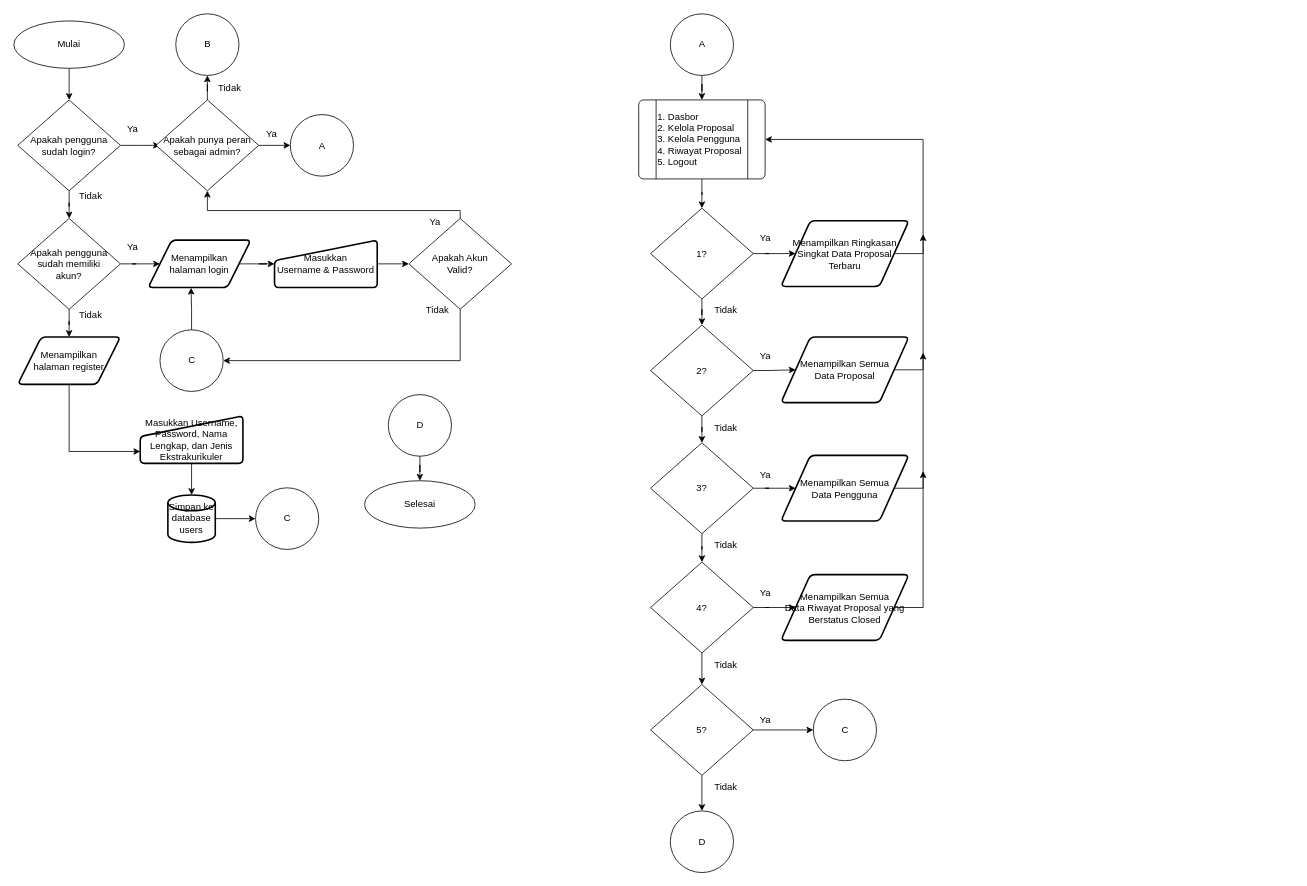
The draw.io diagram page "Flowchart" (1 of 6) of Uji Level 11_ Kadavi Raditya Alvino.drawio in dapzz-id/DrawIO, before the edit. Source tidied: cells renumbered, new cells numbered last; positions are measured from the earlier drawing's top-left corner, leaving out a move shared by most shapes. Both pictures are drawn from the tidied source at 79%, with x=0, y=0 at pixel (13, 13).
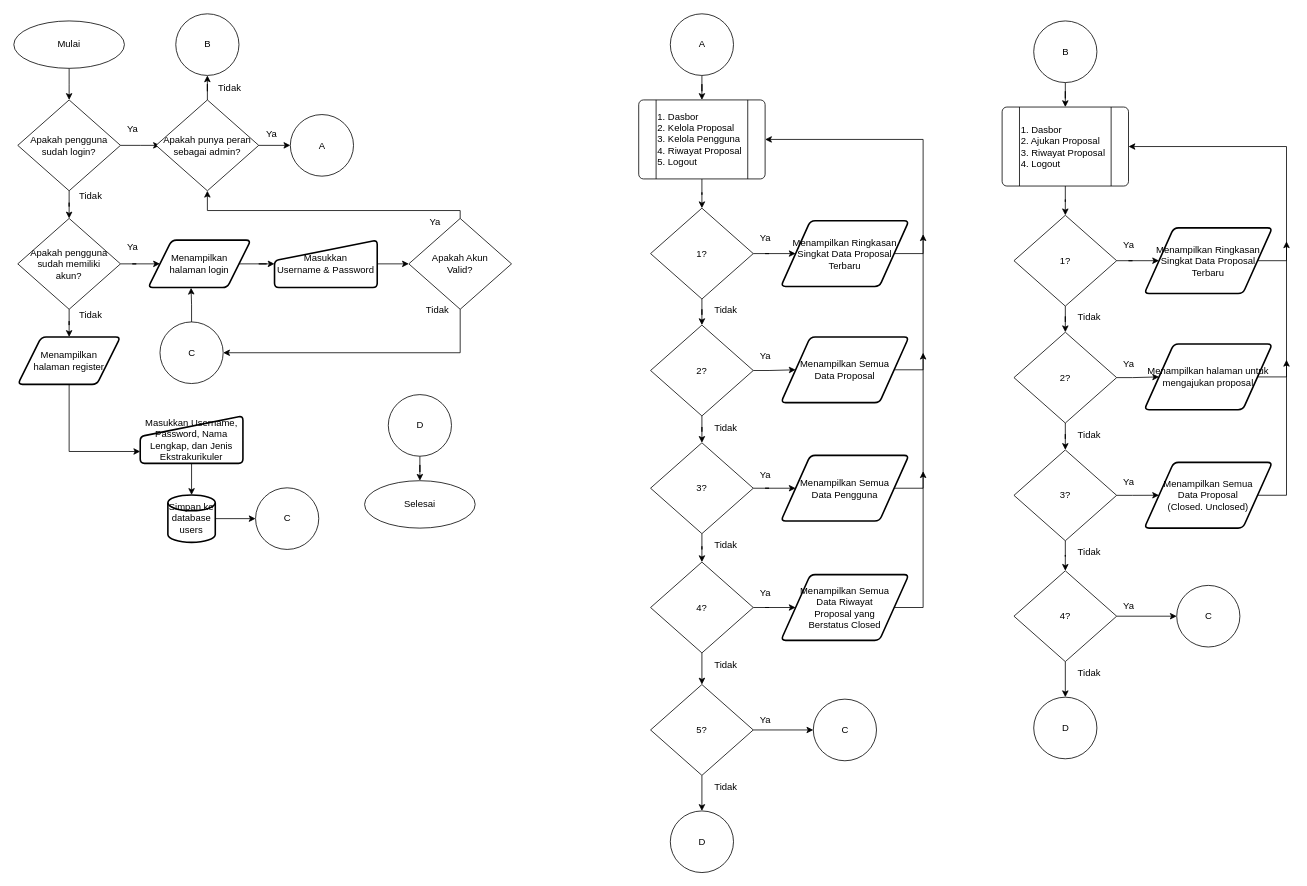
Above is the later version.

What changed in the source:
```diff
@@
-    <mxCell id="65" value="Menampilkan Semua&lt;div&gt;Data Riwayat Proposal yang Berstatus Closed&lt;/div&gt;" style="shape=parallelogram;html=1;strokeWidth=2;perimeter=parallelogramPerimeter;whiteSpace=wrap;rounded=1;arcSize=12;size=0.23;" parent="1" vertex="1">
+    <mxCell id="65" value="Menampilkan Semua&lt;div&gt;Data Riwayat&lt;/div&gt;&lt;div&gt;Proposal&amp;nbsp;&lt;span style=&quot;background-color: transparent; color: light-dark(rgb(0, 0, 0), rgb(255, 255, 255));&quot;&gt;yang&lt;/span&gt;&lt;/div&gt;&lt;div&gt;&lt;span style=&quot;background-color: transparent; color: light-dark(rgb(0, 0, 0), rgb(255, 255, 255));&quot;&gt;Berstatus&amp;nbsp;&lt;/span&gt;&lt;span style=&quot;background-color: transparent; color: light-dark(rgb(0, 0, 0), rgb(255, 255, 255));&quot;&gt;Closed&lt;/span&gt;&lt;/div&gt;" style="shape=parallelogram;html=1;strokeWidth=2;perimeter=parallelogramPerimeter;whiteSpace=wrap;rounded=1;arcSize=12;size=0.23;" parent="1" vertex="1">
       <mxGeometry x="971" y="709.9" width="162" height="83.2" as="geometry" />
     </mxCell>
@@
     <mxCell id="74" value="C" style="verticalLabelPosition=middle;verticalAlign=middle;html=1;shape=mxgraph.flowchart.on-page_reference;labelPosition=center;align=center;" parent="1" vertex="1">
-      <mxGeometry x="185" y="400" width="80" height="78" as="geometry" />
+      <mxGeometry x="185" y="390" width="80" height="78" as="geometry" />
     </mxCell>
@@
+    <mxCell id="81" style="edgeStyle=orthogonalEdgeStyle;rounded=0;jettySize=auto;html=1;" parent="1" edge="1" source="82" target="84">
+      <mxGeometry relative="1" as="geometry" />
+    </mxCell>
+    <mxCell id="82" value="B" style="verticalLabelPosition=middle;verticalAlign=middle;html=1;shape=mxgraph.flowchart.on-page_reference;labelPosition=center;align=center;" parent="1" vertex="1">
+      <mxGeometry x="1291" y="9" width="80" height="78" as="geometry" />
+    </mxCell>
+    <mxCell id="83" style="edgeStyle=orthogonalEdgeStyle;rounded=0;jettySize=auto;html=1;" parent="1" edge="1" source="84" target="87">
+      <mxGeometry relative="1" as="geometry" />
+    </mxCell>
+    <mxCell id="84" value="1. Dasbor&lt;div&gt;2. Ajukan Proposal&lt;/div&gt;&lt;div&gt;3.&amp;nbsp;&lt;span style=&quot;background-color: transparent; color: light-dark(rgb(0, 0, 0), rgb(255, 255, 255));&quot;&gt;Riwayat Proposal&lt;/span&gt;&lt;/div&gt;&lt;div&gt;4. Logout&lt;/div&gt;" style="verticalLabelPosition=middle;verticalAlign=middle;html=1;shape=process;whiteSpace=wrap;rounded=1;size=0.14;arcSize=6;labelPosition=center;align=left;" parent="1" vertex="1">
+      <mxGeometry x="1251" y="118" width="160" height="100" as="geometry" />
+    </mxCell>
+    <mxCell id="85" style="edgeStyle=orthogonalEdgeStyle;rounded=0;jettySize=auto;html=1;" parent="1" edge="1" source="87" target="89">
+      <mxGeometry relative="1" as="geometry" />
+    </mxCell>
+    <mxCell id="86" style="edgeStyle=orthogonalEdgeStyle;rounded=0;jettySize=auto;html=1;" parent="1" edge="1" source="87" target="93">
+      <mxGeometry relative="1" as="geometry" />
+    </mxCell>
+    <mxCell id="87" value="1?" style="rhombus;whiteSpace=wrap;html=1;" parent="1" vertex="1">
+      <mxGeometry x="1266" y="255" width="130" height="115" as="geometry" />
+    </mxCell>
+    <mxCell id="88" style="edgeStyle=orthogonalEdgeStyle;rounded=0;jettySize=auto;html=1;exitX=1;exitY=0.5;exitDx=0;exitDy=0;entryX=1;entryY=0.5;entryDx=0;entryDy=0;" parent="1" edge="1" source="89" target="84">
+      <mxGeometry relative="1" as="geometry">
+        <Array as="points">
+          <mxPoint x="1611" y="313" />
+          <mxPoint x="1611" y="168" />
+        </Array>
+      </mxGeometry>
+    </mxCell>
+    <mxCell id="89" value="Menampilkan Ringkasan Singkat Data Proposal Terbaru" style="shape=parallelogram;html=1;strokeWidth=2;perimeter=parallelogramPerimeter;whiteSpace=wrap;rounded=1;arcSize=12;size=0.23;" parent="1" vertex="1">
+      <mxGeometry x="1431" y="270.9" width="162" height="83.2" as="geometry" />
+    </mxCell>
+    <mxCell id="90" value="Ya" style="text;html=1;align=center;verticalAlign=middle;strokeColor=none;fillColor=none;" parent="1" vertex="1">
+      <mxGeometry x="1391" y="278" width="40" height="30" as="geometry" />
+    </mxCell>
+    <mxCell id="91" style="edgeStyle=orthogonalEdgeStyle;rounded=0;jettySize=auto;html=1;" parent="1" edge="1" source="93" target="96">
+      <mxGeometry relative="1" as="geometry" />
+    </mxCell>
+    <mxCell id="92" style="edgeStyle=orthogonalEdgeStyle;rounded=0;jettySize=auto;html=1;" parent="1" edge="1" source="93" target="100">
+      <mxGeometry relative="1" as="geometry" />
+    </mxCell>
+    <mxCell id="93" value="2?" style="rhombus;whiteSpace=wrap;html=1;" parent="1" vertex="1">
+      <mxGeometry x="1266" y="403" width="130" height="115" as="geometry" />
+    </mxCell>
+    <mxCell id="94" value="Tidak" style="text;html=1;align=center;verticalAlign=middle;strokeColor=none;fillColor=none;" parent="1" vertex="1">
+      <mxGeometry x="1336" y="369" width="50" height="30" as="geometry" />
+    </mxCell>
+    <mxCell id="95" style="edgeStyle=orthogonalEdgeStyle;rounded=0;jettySize=auto;html=1;exitX=1;exitY=0.5;exitDx=0;exitDy=0;endArrow=classic;startFill=0;endFill=1;" parent="1" edge="1" source="96">
+      <mxGeometry relative="1" as="geometry">
+        <mxPoint x="1611" y="288" as="targetPoint" />
+        <Array as="points">
+          <mxPoint x="1611" y="460" />
+        </Array>
+      </mxGeometry>
+    </mxCell>
+    <mxCell id="96" value="Menampilkan halaman untuk mengajukan proposal" style="shape=parallelogram;html=1;strokeWidth=2;perimeter=parallelogramPerimeter;whiteSpace=wrap;rounded=1;arcSize=12;size=0.23;" parent="1" vertex="1">
+      <mxGeometry x="1431" y="418" width="162" height="83.2" as="geometry" />
+    </mxCell>
+    <mxCell id="97" value="Ya" style="text;html=1;align=center;verticalAlign=middle;strokeColor=none;fillColor=none;" parent="1" vertex="1">
+      <mxGeometry x="1391" y="428" width="40" height="30" as="geometry" />
+    </mxCell>
+    <mxCell id="98" style="edgeStyle=orthogonalEdgeStyle;rounded=0;jettySize=auto;html=1;entryX=0;entryY=0.5;entryDx=0;entryDy=0;" parent="1" edge="1" source="100" target="112">
+      <mxGeometry relative="1" as="geometry" />
+    </mxCell>
+    <mxCell id="99" style="edgeStyle=orthogonalEdgeStyle;rounded=0;jettySize=auto;html=1;entryX=0.5;entryY=0;entryDx=0;entryDy=0;" parent="1" edge="1" source="100" target="107">
+      <mxGeometry relative="1" as="geometry" />
+    </mxCell>
+    <mxCell id="100" value="3?" style="rhombus;whiteSpace=wrap;html=1;" parent="1" vertex="1">
+      <mxGeometry x="1266" y="552" width="130" height="115" as="geometry" />
+    </mxCell>
+    <mxCell id="101" value="Tidak" style="text;html=1;align=center;verticalAlign=middle;strokeColor=none;fillColor=none;" parent="1" vertex="1">
+      <mxGeometry x="1336" y="518" width="50" height="30" as="geometry" />
+    </mxCell>
+    <mxCell id="102" style="edgeStyle=orthogonalEdgeStyle;rounded=0;jettySize=auto;html=1;exitX=1;exitY=0.5;exitDx=0;exitDy=0;endArrow=classic;startFill=0;endFill=1;" parent="1" edge="1" source="112">
+      <mxGeometry relative="1" as="geometry">
+        <mxPoint x="1611" y="438" as="targetPoint" />
+        <Array as="points">
+          <mxPoint x="1611" y="609" />
+        </Array>
+      </mxGeometry>
+    </mxCell>
+    <mxCell id="103" value="Ya" style="text;html=1;align=center;verticalAlign=middle;strokeColor=none;fillColor=none;" parent="1" vertex="1">
+      <mxGeometry x="1391" y="578" width="40" height="30" as="geometry" />
+    </mxCell>
+    <mxCell id="104" value="Tidak" style="text;html=1;align=center;verticalAlign=middle;strokeColor=none;fillColor=none;" parent="1" vertex="1">
+      <mxGeometry x="1336" y="667" width="50" height="30" as="geometry" />
+    </mxCell>
+    <mxCell id="105" style="edgeStyle=orthogonalEdgeStyle;rounded=0;jettySize=auto;html=1;" parent="1" edge="1" source="107" target="108">
+      <mxGeometry relative="1" as="geometry" />
+    </mxCell>
+    <mxCell id="106" style="edgeStyle=orthogonalEdgeStyle;rounded=0;jettySize=auto;html=1;" parent="1" edge="1" source="107" target="109">
+      <mxGeometry relative="1" as="geometry" />
+    </mxCell>
+    <mxCell id="107" value="4?" style="rhombus;whiteSpace=wrap;html=1;" parent="1" vertex="1">
+      <mxGeometry x="1266" y="705" width="130" height="115" as="geometry" />
+    </mxCell>
+    <mxCell id="108" value="C" style="verticalLabelPosition=middle;verticalAlign=middle;html=1;shape=mxgraph.flowchart.on-page_reference;labelPosition=center;align=center;" parent="1" vertex="1">
+      <mxGeometry x="1472" y="723.5" width="80" height="78" as="geometry" />
+    </mxCell>
+    <mxCell id="109" value="D" style="verticalLabelPosition=middle;verticalAlign=middle;html=1;shape=mxgraph.flowchart.on-page_reference;labelPosition=center;align=center;" parent="1" vertex="1">
+      <mxGeometry x="1291" y="865" width="80" height="78" as="geometry" />
+    </mxCell>
+    <mxCell id="110" value="Tidak" style="text;html=1;align=center;verticalAlign=middle;strokeColor=none;fillColor=none;" parent="1" vertex="1">
+      <mxGeometry x="1336" y="820" width="50" height="30" as="geometry" />
+    </mxCell>
+    <mxCell id="111" value="Ya" style="text;html=1;align=center;verticalAlign=middle;strokeColor=none;fillColor=none;" parent="1" vertex="1">
+      <mxGeometry x="1391" y="735" width="40" height="30" as="geometry" />
+    </mxCell>
+    <mxCell id="112" value="Menampilkan Semua&lt;div&gt;Data Proposal&lt;/div&gt;&lt;div&gt;(Closed. Unclosed)&lt;/div&gt;" style="shape=parallelogram;html=1;strokeWidth=2;perimeter=parallelogramPerimeter;whiteSpace=wrap;rounded=1;arcSize=12;size=0.23;" parent="1" vertex="1">
+      <mxGeometry x="1431" y="567.8" width="162" height="83.2" as="geometry" />
+    </mxCell>
```
